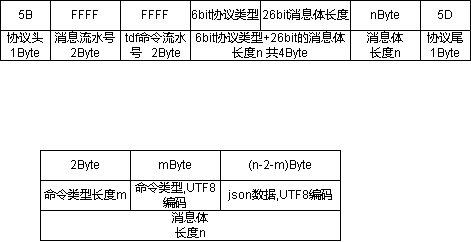
Earlier version of the draw.io export 星冠JSON通讯.drawio.png (xktder/draw). Source tidied: cells renumbered, new cells last; positions are measured from the earlier drawing's top-left corner, leaving out a move shared by most shapes.
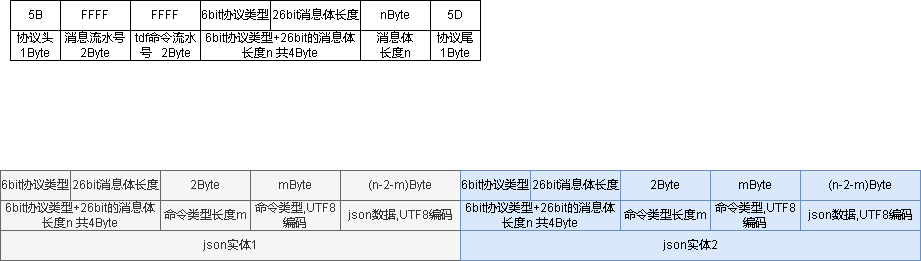
After the commit.

Commit message:
更新星冠JSON通讯.drawio.png

Diff of the diagram source:
```diff
@@ -41,26 +41,65 @@
     <mxCell id="14" value="5D" style="rounded=0;whiteSpace=wrap;html=1;" parent="1" vertex="1">
       <mxGeometry x="420" width="50" height="30" as="geometry" />
     </mxCell>
-    <mxCell id="15" value="命令类型长度m" style="rounded=0;whiteSpace=wrap;html=1;" parent="1" vertex="1">
-      <mxGeometry x="40" y="180" width="90" height="30" as="geometry" />
+    <mxCell id="15" value="命令类型长度m" style="rounded=0;whiteSpace=wrap;html=1;fillColor=#f5f5f5;fontColor=#333333;strokeColor=#666666;" parent="1" vertex="1">
+      <mxGeometry x="150" y="200" width="90" height="30" as="geometry" />
     </mxCell>
-    <mxCell id="16" value="2Byte" style="rounded=0;whiteSpace=wrap;html=1;" parent="1" vertex="1">
-      <mxGeometry x="40" y="150" width="90" height="30" as="geometry" />
+    <mxCell id="16" value="2Byte" style="rounded=0;whiteSpace=wrap;html=1;fillColor=#f5f5f5;fontColor=#333333;strokeColor=#666666;" parent="1" vertex="1">
+      <mxGeometry x="150" y="170" width="90" height="30" as="geometry" />
     </mxCell>
-    <mxCell id="17" value="命令类型,UTF8编码" style="rounded=0;whiteSpace=wrap;html=1;" parent="1" vertex="1">
-      <mxGeometry x="130" y="180" width="90" height="30" as="geometry" />
+    <mxCell id="17" value="命令类型,UTF8编码" style="rounded=0;whiteSpace=wrap;html=1;fillColor=#f5f5f5;fontColor=#333333;strokeColor=#666666;" parent="1" vertex="1">
+      <mxGeometry x="240" y="200" width="90" height="30" as="geometry" />
     </mxCell>
-    <mxCell id="18" value="mByte" style="rounded=0;whiteSpace=wrap;html=1;" parent="1" vertex="1">
-      <mxGeometry x="130" y="150" width="90" height="30" as="geometry" />
+    <mxCell id="18" value="mByte" style="rounded=0;whiteSpace=wrap;html=1;fillColor=#f5f5f5;fontColor=#333333;strokeColor=#666666;" parent="1" vertex="1">
+      <mxGeometry x="240" y="170" width="90" height="30" as="geometry" />
     </mxCell>
-    <mxCell id="19" value="(n-2-m)Byte" style="rounded=0;whiteSpace=wrap;html=1;" parent="1" vertex="1">
-      <mxGeometry x="220" y="150" width="120" height="30" as="geometry" />
+    <mxCell id="19" value="(n-2-m)Byte" style="rounded=0;whiteSpace=wrap;html=1;fillColor=#f5f5f5;fontColor=#333333;strokeColor=#666666;" parent="1" vertex="1">
+      <mxGeometry x="330" y="170" width="120" height="30" as="geometry" />
     </mxCell>
-    <mxCell id="20" value="json数据,UTF8编码" style="rounded=0;whiteSpace=wrap;html=1;" parent="1" vertex="1">
-      <mxGeometry x="220" y="180" width="120" height="30" as="geometry" />
+    <mxCell id="20" value="json数据,UTF8编码" style="rounded=0;whiteSpace=wrap;html=1;fillColor=#f5f5f5;fontColor=#333333;strokeColor=#666666;" parent="1" vertex="1">
+      <mxGeometry x="330" y="200" width="120" height="30" as="geometry" />
     </mxCell>
-    <mxCell id="21" value="消息体&lt;br&gt;长度n" style="rounded=0;whiteSpace=wrap;html=1;" parent="1" vertex="1">
-      <mxGeometry x="40" y="210" width="300" height="30" as="geometry" />
+    <mxCell id="21" value="json实体1" style="rounded=0;whiteSpace=wrap;html=1;fillColor=#f5f5f5;fontColor=#333333;strokeColor=#666666;" parent="1" vertex="1">
+      <mxGeometry x="-10" y="230" width="460" height="30" as="geometry" />
     </mxCell>
+    <mxCell id="22" value="6bit协议类型+26bit的消息体长度n 共4Byte" style="rounded=0;whiteSpace=wrap;html=1;fillColor=#f5f5f5;fontColor=#333333;strokeColor=#666666;" parent="1" vertex="1">
+      <mxGeometry x="-10" y="200" width="160" height="30" as="geometry" />
+    </mxCell>
+    <mxCell id="23" value="6bit协议类型" style="rounded=0;whiteSpace=wrap;html=1;fillColor=#f5f5f5;fontColor=#333333;strokeColor=#666666;" parent="1" vertex="1">
+      <mxGeometry x="-10" y="170" width="70" height="30" as="geometry" />
+    </mxCell>
+    <mxCell id="24" value="26bit消息体长度" style="rounded=0;whiteSpace=wrap;html=1;fillColor=#f5f5f5;fontColor=#333333;strokeColor=#666666;" parent="1" vertex="1">
+      <mxGeometry x="60" y="170" width="90" height="30" as="geometry" />
+    </mxCell>
+    <mxCell id="25" value="命令类型长度m" style="rounded=0;whiteSpace=wrap;html=1;fillColor=#dae8fc;strokeColor=#6c8ebf;" parent="1" vertex="1">
+      <mxGeometry x="610" y="200" width="90" height="30" as="geometry" />
+    </mxCell>
+    <mxCell id="26" value="2Byte" style="rounded=0;whiteSpace=wrap;html=1;fillColor=#dae8fc;strokeColor=#6c8ebf;" parent="1" vertex="1">
+      <mxGeometry x="610" y="170" width="90" height="30" as="geometry" />
+    </mxCell>
+    <mxCell id="27" value="命令类型,UTF8编码" style="rounded=0;whiteSpace=wrap;html=1;fillColor=#dae8fc;strokeColor=#6c8ebf;" parent="1" vertex="1">
+      <mxGeometry x="700" y="200" width="90" height="30" as="geometry" />
+    </mxCell>
+    <mxCell id="28" value="mByte" style="rounded=0;whiteSpace=wrap;html=1;fillColor=#dae8fc;strokeColor=#6c8ebf;" parent="1" vertex="1">
+      <mxGeometry x="700" y="170" width="90" height="30" as="geometry" />
+    </mxCell>
+    <mxCell id="29" value="(n-2-m)Byte" style="rounded=0;whiteSpace=wrap;html=1;fillColor=#dae8fc;strokeColor=#6c8ebf;" parent="1" vertex="1">
+      <mxGeometry x="790" y="170" width="120" height="30" as="geometry" />
+    </mxCell>
+    <mxCell id="30" value="json数据,UTF8编码" style="rounded=0;whiteSpace=wrap;html=1;fillColor=#dae8fc;strokeColor=#6c8ebf;" parent="1" vertex="1">
+      <mxGeometry x="790" y="200" width="120" height="30" as="geometry" />
+    </mxCell>
+    <mxCell id="31" value="json实体2" style="rounded=0;whiteSpace=wrap;html=1;fillColor=#dae8fc;strokeColor=#6c8ebf;" parent="1" vertex="1">
+      <mxGeometry x="450" y="230" width="460" height="30" as="geometry" />
+    </mxCell>
+    <mxCell id="32" value="6bit协议类型+26bit的消息体长度n 共4Byte" style="rounded=0;whiteSpace=wrap;html=1;fillColor=#dae8fc;strokeColor=#6c8ebf;" parent="1" vertex="1">
+      <mxGeometry x="450" y="200" width="160" height="30" as="geometry" />
+    </mxCell>
+    <mxCell id="33" value="6bit协议类型" style="rounded=0;whiteSpace=wrap;html=1;fillColor=#dae8fc;strokeColor=#6c8ebf;" parent="1" vertex="1">
+      <mxGeometry x="450" y="170" width="70" height="30" as="geometry" />
+    </mxCell>
+    <mxCell id="34" value="26bit消息体长度" style="rounded=0;whiteSpace=wrap;html=1;fillColor=#dae8fc;strokeColor=#6c8ebf;" parent="1" vertex="1">
+      <mxGeometry x="520" y="170" width="90" height="30" as="geometry" />
+    </mxCell>
   </root>
 </mxGraphModel>
```
